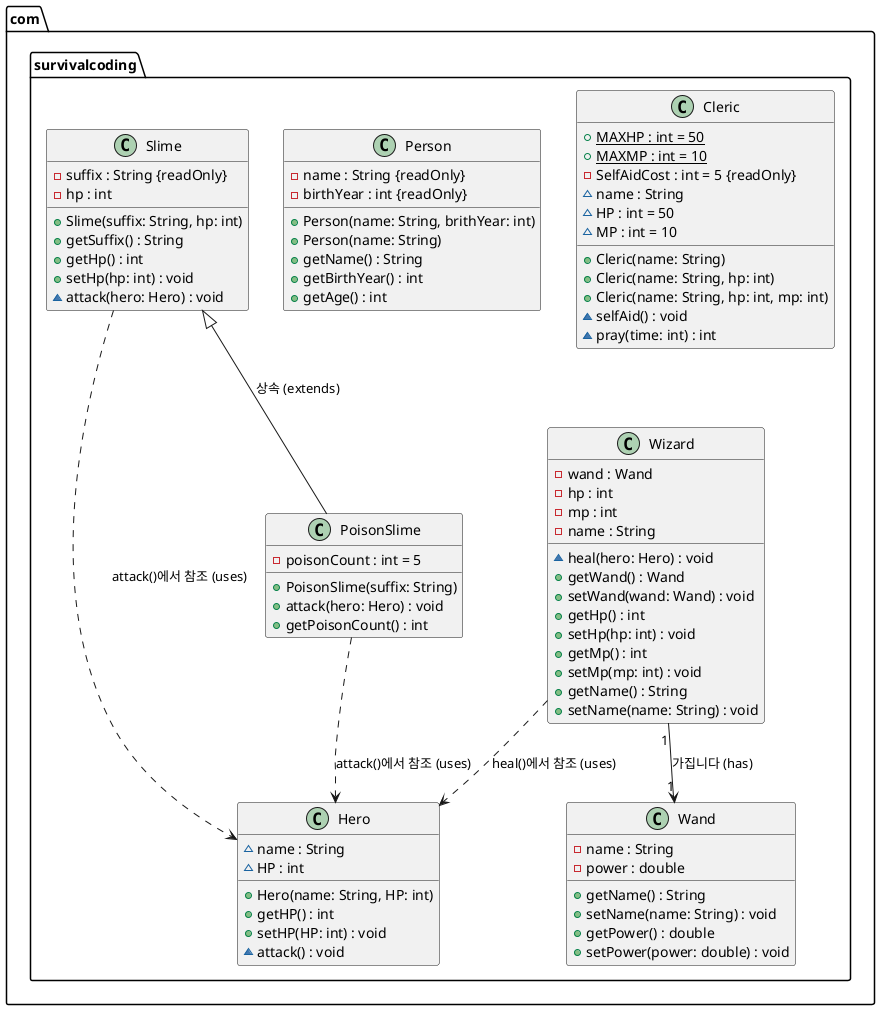
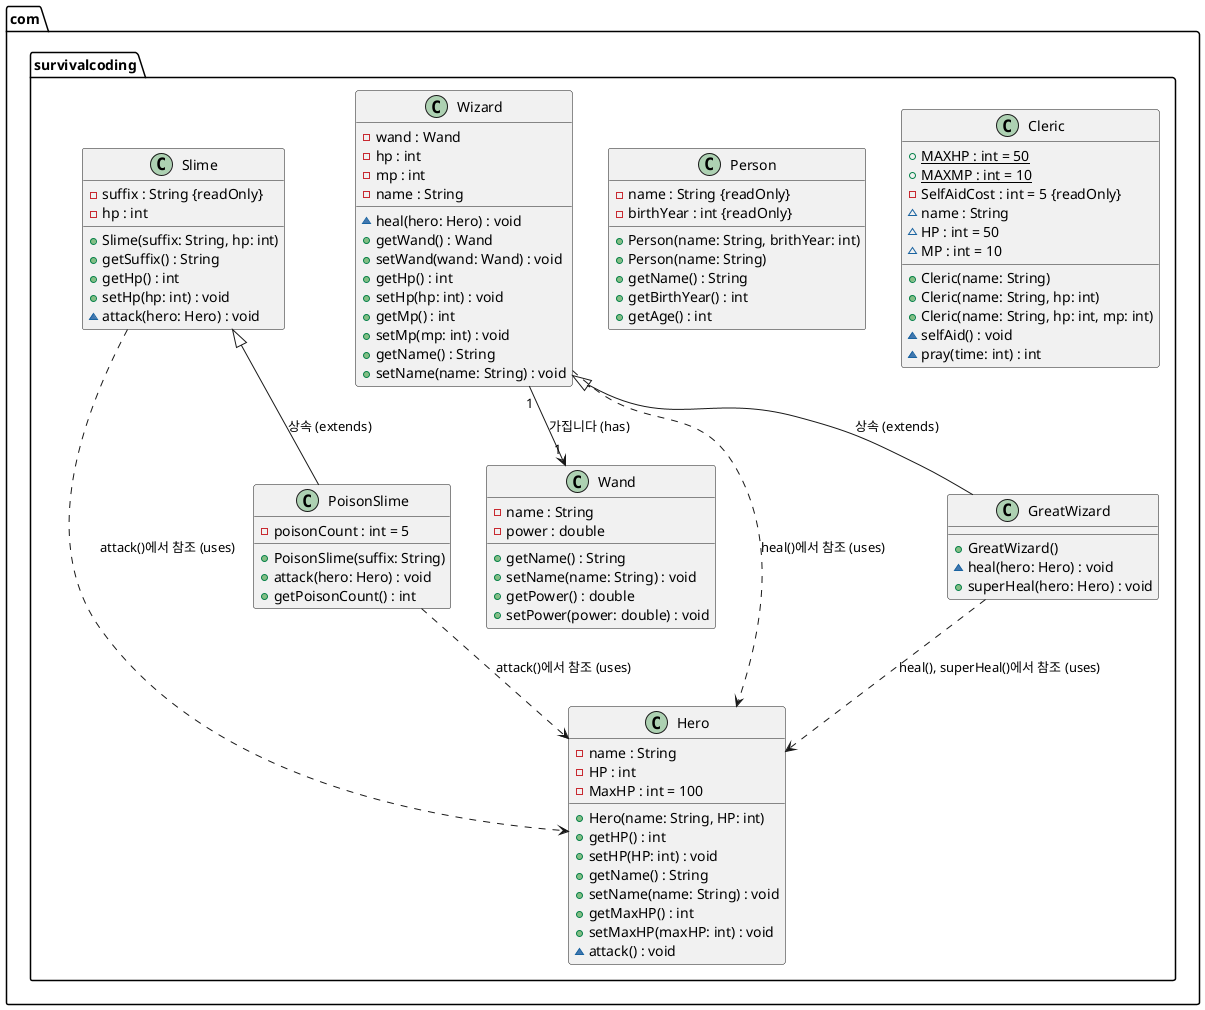
@startuml
package com.survivalcoding {

    class Cleric {
        {static} +MAXHP : int = 50
        {static} +MAXMP : int = 10
        -SelfAidCost : int = 5 {readOnly}
        ~name : String
        ~HP : int = 50
        ~MP : int = 10
        +Cleric(name: String)
        +Cleric(name: String, hp: int)
        +Cleric(name: String, hp: int, mp: int)
        ~selfAid() : void
        ~pray(time: int) : int
    }

    class Person {
        -name : String {readOnly}
        -birthYear : int {readOnly}
        +Person(name: String, brithYear: int)
        +Person(name: String)
        +getName() : String
        +getBirthYear() : int
        +getAge() : int
    }

    class Wand {
        -name : String
        -power : double
        +getName() : String
        +setName(name: String) : void
        +getPower() : double
        +setPower(power: double) : void
    }

+     class Hero {
+         -name : String
+         -HP : int
+         -MaxHP : int = 100
+         +Hero(name: String, HP: int)
+         +getHP() : int
+         +setHP(HP: int) : void
+         +getName() : String
+         +setName(name: String) : void
+         +getMaxHP() : int
+         +setMaxHP(maxHP: int) : void
+         ~attack() : void
+     }
+ 
    class Wizard {
        -wand : Wand
        -hp : int
        -mp : int
        -name : String
        ~heal(hero: Hero) : void
        +getWand() : Wand
        +setWand(wand: Wand) : void
        +getHp() : int
        +setHp(hp: int) : void
        +getMp() : int
        +setMp(mp: int) : void
        +getName() : String
        +setName(name: String) : void
    }

-     class Hero {
-         ~name : String
-         ~HP : int
-         +Hero(name: String, HP: int)
-         +getHP() : int
-         +setHP(HP: int) : void
-         ~attack() : void
+     class GreatWizard {
+         +GreatWizard()
+         ~heal(hero: Hero) : void
+         +superHeal(hero: Hero) : void
    }

    class Slime {
        -suffix : String {readOnly}
        -hp : int
        +Slime(suffix: String, hp: int)
        +getSuffix() : String
        +getHp() : int
        +setHp(hp: int) : void
        ~attack(hero: Hero) : void
    }

    class PoisonSlime {
        -poisonCount : int = 5
        +PoisonSlime(suffix: String)
        +attack(hero: Hero) : void
        +getPoisonCount() : int
    }

}

' ---- 클래스 간의 관계 표현 영역 ----

- ' 1. 마법사 관련 관계
+ ' 1. 마법사 및 대마법사 관련 관계
Wizard "1" --> "1" Wand : 가집니다 (has)
Wizard ..> Hero : heal()에서 참조 (uses)
+ Wizard <|-- GreatWizard : 상속 (extends)
+ GreatWizard ..> Hero : heal(), superHeal()에서 참조 (uses)

' 2. 슬라임 관련 관계
Slime <|-- PoisonSlime : 상속 (extends)
Slime ..> Hero : attack()에서 참조 (uses)
PoisonSlime ..> Hero : attack()에서 참조 (uses)

@enduml